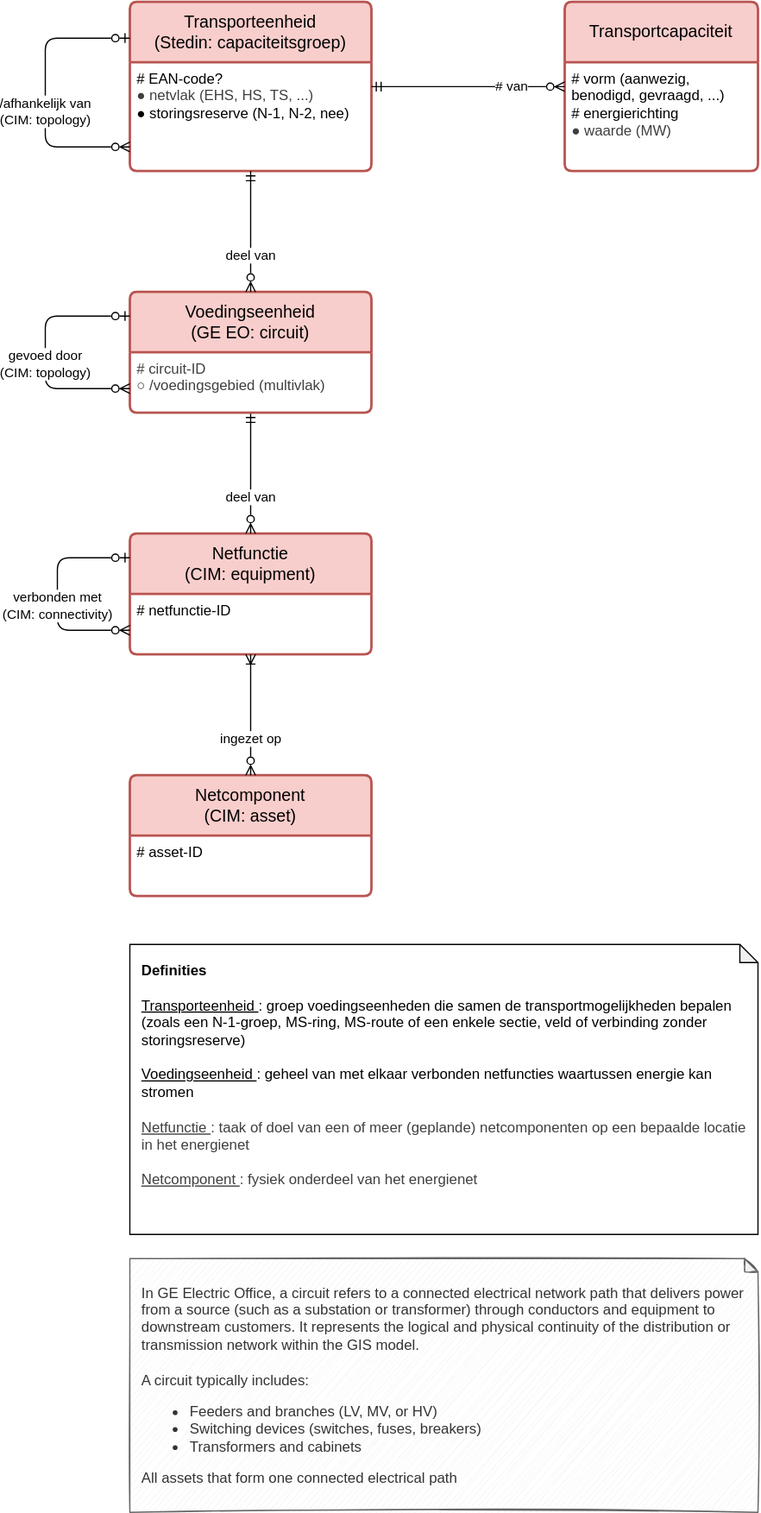
The draw.io diagram registers/capaciteitsknelpuntenregister/1.0/capaciteitsknelpuntenregister.drawio.svg in Netbeheer-Nederland/stelsel, before a commit. Source tidied: cells renumbered, new cells last; positions are measured from the earlier drawing's top-left corner, leaving out a move shared by most shapes.
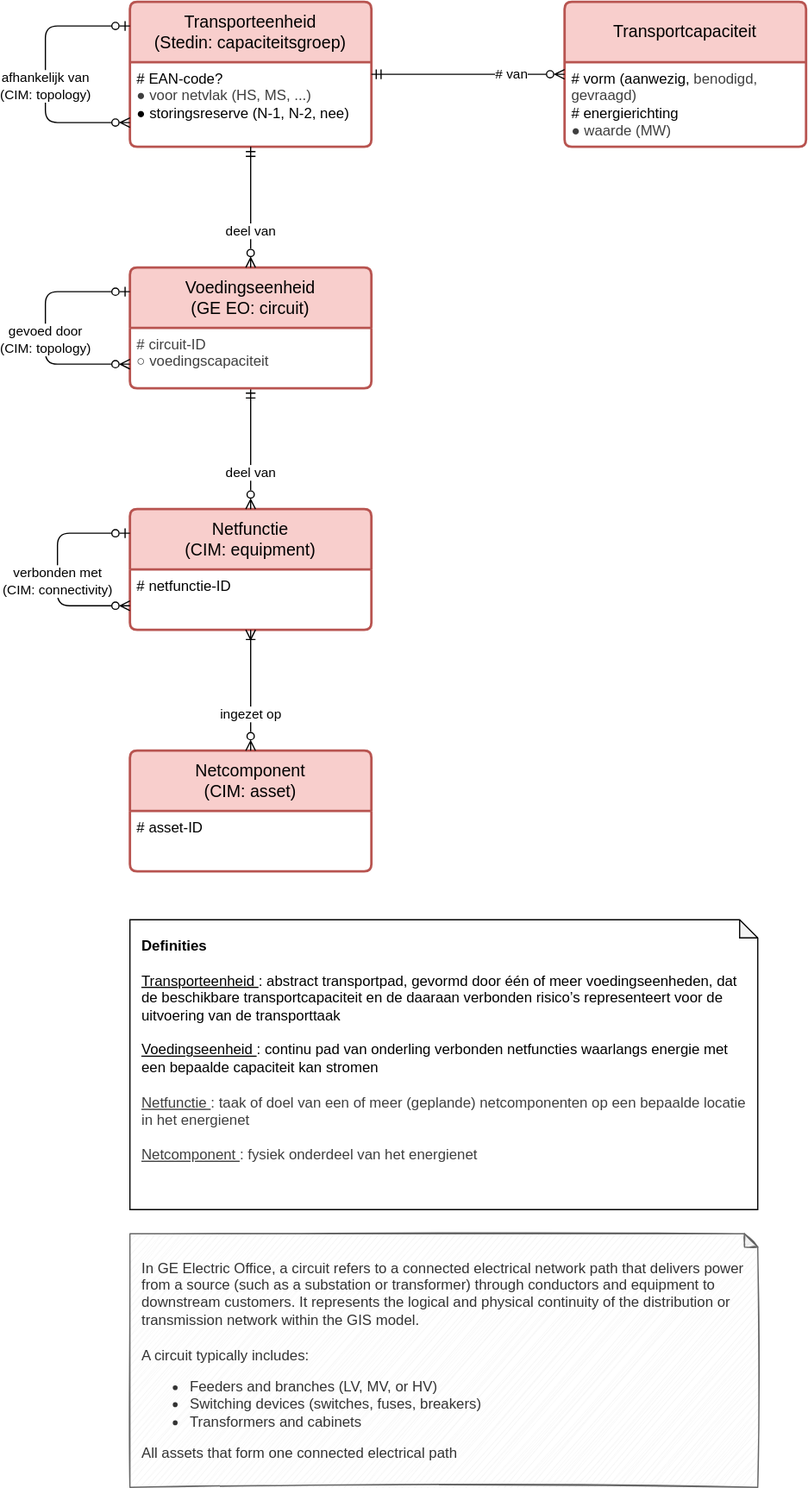
After the commit.

Commit message:
relatieve paden in config

The edit, as a diff of the source:
```diff
@@ -3,16 +3,16 @@
     <mxCell id="0" />
     <mxCell id="1" parent="0" />
     <mxCell id="2" value="Transporteenheid&lt;div&gt;(Stedin: capaciteitsgroep)&lt;/div&gt;" style="swimlane;horizontal=1;startSize=50;rounded=1;fontSize=14;fontStyle=0;strokeWidth=2;shadow=0;dashed=0;align=center;arcSize=4;whiteSpace=wrap;html=1;spacing=10;fillColor=#f8cecc;strokeColor=#b85450;" parent="1" vertex="1">
-      <mxGeometry x="70" width="200" height="140" as="geometry" />
+      <mxGeometry x="70" y="20" width="200" height="120" as="geometry" />
     </mxCell>
-    <mxCell id="3" value="&lt;div&gt;# EAN-code?&lt;/div&gt;&lt;div&gt;&lt;span style=&quot;color: rgb(63, 63, 63);&quot;&gt;● netvlak (EHS, HS, TS, ...)&lt;/span&gt;&lt;/div&gt;&lt;div&gt;&lt;span style=&quot;background-color: transparent;&quot;&gt;● storingsreserve (N-1, N-2, nee)&lt;/span&gt;&lt;/div&gt;" style="align=left;strokeColor=none;fillColor=none;spacingLeft=4;fontSize=12;verticalAlign=top;html=1;" parent="2" vertex="1">
-      <mxGeometry y="50" width="200" height="90" as="geometry" />
+    <mxCell id="3" value="&lt;div&gt;# EAN-code?&lt;/div&gt;&lt;div&gt;&lt;span style=&quot;color: rgb(63, 63, 63);&quot;&gt;● voor netvlak (HS, MS, ...)&lt;/span&gt;&lt;/div&gt;&lt;div&gt;&lt;span style=&quot;background-color: transparent;&quot;&gt;● storingsreserve (N-1, N-2, nee)&lt;/span&gt;&lt;/div&gt;" style="align=left;strokeColor=none;fillColor=none;spacingLeft=4;fontSize=12;verticalAlign=top;html=1;" parent="2" vertex="1">
+      <mxGeometry y="50" width="200" height="70" as="geometry" />
     </mxCell>
     <mxCell id="4" value="Transportcapaciteit" style="swimlane;horizontal=1;startSize=50;rounded=1;fontSize=14;fontStyle=0;strokeWidth=2;shadow=0;dashed=0;align=center;arcSize=4;whiteSpace=wrap;html=1;spacing=10;fillColor=#f8cecc;strokeColor=#b85450;" parent="1" vertex="1">
-      <mxGeometry x="430" width="160" height="140" as="geometry" />
+      <mxGeometry x="430" y="20" width="200" height="120" as="geometry" />
     </mxCell>
-    <mxCell id="5" value="&lt;div&gt;# vorm (aanwezig,&lt;/div&gt;&lt;div&gt;&amp;nbsp; &amp;nbsp;benodigd, gevraagd, ...)&lt;/div&gt;&lt;div&gt;# energierichting&lt;/div&gt;&lt;div&gt;&lt;span style=&quot;background-color: transparent; scrollbar-color: rgb(226, 226, 226) rgb(251, 251, 251); color: rgb(63, 63, 63);&quot;&gt;●&lt;/span&gt;&lt;span style=&quot;background-color: transparent; scrollbar-color: rgb(226, 226, 226) rgb(251, 251, 251); color: rgb(63, 63, 63);&quot;&gt;&amp;nbsp;waarde (MW)&lt;/span&gt;&lt;/div&gt;" style="align=left;strokeColor=none;fillColor=none;spacingLeft=4;fontSize=12;verticalAlign=top;html=1;" parent="4" vertex="1">
-      <mxGeometry y="50" width="160" height="90" as="geometry" />
+    <mxCell id="5" value="&lt;div&gt;# vorm (aanwezig,&amp;nbsp;&lt;span style=&quot;color: rgb(63, 63, 63); background-color: transparent;&quot;&gt;benodigd,&lt;/span&gt;&lt;/div&gt;&lt;div&gt;&lt;span style=&quot;color: rgb(63, 63, 63); background-color: transparent;&quot;&gt;&amp;nbsp; &amp;nbsp;gevraagd)&lt;/span&gt;&lt;/div&gt;&lt;div&gt;# energierichting&lt;/div&gt;&lt;div&gt;&lt;span style=&quot;background-color: transparent; scrollbar-color: rgb(226, 226, 226) rgb(251, 251, 251); color: rgb(63, 63, 63);&quot;&gt;●&lt;/span&gt;&lt;span style=&quot;background-color: transparent; scrollbar-color: rgb(226, 226, 226) rgb(251, 251, 251); color: rgb(63, 63, 63);&quot;&gt;&amp;nbsp;waarde (MW)&lt;/span&gt;&lt;/div&gt;" style="align=left;strokeColor=none;fillColor=none;spacingLeft=4;fontSize=12;verticalAlign=top;html=1;" parent="4" vertex="1">
+      <mxGeometry y="50" width="200" height="70" as="geometry" />
     </mxCell>
     <mxCell id="6" value="# van" style="endArrow=ERmandOne;html=1;edgeStyle=elbowEdgeStyle;endFill=0;startArrow=ERzeroToMany;startFill=0;align=right;elbow=vertical;" parent="1" edge="1" source="4" target="2">
       <mxGeometry x="-0.62" relative="1" as="geometry">
@@ -37,7 +37,7 @@
     <mxCell id="12" value="Voedingseenheid&lt;div&gt;(GE EO: circuit)&lt;/div&gt;" style="swimlane;horizontal=1;startSize=50;rounded=1;fontSize=14;fontStyle=0;strokeWidth=2;shadow=0;dashed=0;align=center;arcSize=4;whiteSpace=wrap;html=1;spacing=10;fillColor=#f8cecc;strokeColor=#b85450;" parent="1" vertex="1">
       <mxGeometry x="70" y="240" width="200" height="100" as="geometry" />
     </mxCell>
-    <mxCell id="13" value="&lt;div&gt;&lt;span style=&quot;scrollbar-color: rgb(226, 226, 226) rgb(251, 251, 251); color: rgb(63, 63, 63);&quot;&gt;# circuit-ID&lt;/span&gt;&lt;/div&gt;&lt;span style=&quot;scrollbar-color: rgb(226, 226, 226) rgb(251, 251, 251); color: rgb(63, 63, 63);&quot;&gt;○ /voedingsgebied&amp;nbsp;&lt;/span&gt;&lt;span style=&quot;color: rgb(63, 63, 63); scrollbar-color: rgb(226, 226, 226) rgb(251, 251, 251); background-color: transparent;&quot;&gt;(multivlak)&lt;/span&gt;" style="align=left;strokeColor=none;fillColor=none;spacingLeft=4;fontSize=12;verticalAlign=top;html=1;" parent="12" vertex="1">
+    <mxCell id="13" value="&lt;div&gt;&lt;span style=&quot;scrollbar-color: rgb(226, 226, 226) rgb(251, 251, 251); color: rgb(63, 63, 63);&quot;&gt;# circuit-ID&lt;/span&gt;&lt;/div&gt;&lt;span style=&quot;scrollbar-color: rgb(226, 226, 226) rgb(251, 251, 251); color: rgb(63, 63, 63);&quot;&gt;&lt;div&gt;&lt;span style=&quot;scrollbar-color: rgb(226, 226, 226) rgb(251, 251, 251); color: rgb(63, 63, 63);&quot;&gt;&lt;span style=&quot;color: rgb(63, 63, 63);&quot;&gt;○ voedingscapaciteit&lt;/span&gt;&lt;/span&gt;&lt;/div&gt;&lt;/span&gt;" style="align=left;strokeColor=none;fillColor=none;spacingLeft=4;fontSize=12;verticalAlign=top;html=1;" parent="12" vertex="1">
       <mxGeometry y="50" width="200" height="50" as="geometry" />
     </mxCell>
     <mxCell id="14" value="gevoed door&lt;div&gt;(CIM: topology)&lt;/div&gt;" style="endArrow=ERzeroToOne;html=1;edgeStyle=orthogonalEdgeStyle;endFill=0;startArrow=ERzeroToMany;startFill=0;" parent="12" edge="1" source="13" target="12">
@@ -51,11 +51,11 @@
     <mxCell id="15" value="deel van" style="endArrow=ERmandOne;html=1;edgeStyle=elbowEdgeStyle;endFill=0;startArrow=ERzeroToMany;startFill=0;align=center;elbow=vertical;" parent="1" edge="1" source="12" target="2">
       <mxGeometry x="-0.4" relative="1" as="geometry" />
     </mxCell>
-    <mxCell id="16" value="/afhankelijk van&lt;div&gt;(CIM: topology)&lt;/div&gt;" style="endArrow=ERzeroToOne;html=1;edgeStyle=orthogonalEdgeStyle;endFill=0;startArrow=ERzeroToMany;startFill=0;" parent="1" edge="1" source="2" target="2">
-      <mxGeometry x="-0.14" relative="1" as="geometry">
+    <mxCell id="16" value="afhankelijk van&lt;div&gt;(CIM: topology)&lt;/div&gt;" style="endArrow=ERzeroToOne;html=1;edgeStyle=orthogonalEdgeStyle;endFill=0;startArrow=ERzeroToMany;startFill=0;" parent="1" edge="1" source="2" target="2">
+      <mxGeometry x="-0.09" relative="1" as="geometry">
         <Array as="points">
           <mxPoint y="120" />
-          <mxPoint y="30" />
+          <mxPoint y="40" />
         </Array>
       </mxGeometry>
     </mxCell>
@@ -70,7 +70,7 @@
         </Array>
       </mxGeometry>
     </mxCell>
-    <mxCell id="19" value="&lt;font&gt;&lt;b&gt;Definities&lt;/b&gt;&lt;/font&gt;&lt;div&gt;&lt;font&gt;&lt;br&gt;&lt;/font&gt;&lt;/div&gt;&lt;div&gt;&lt;font&gt;&lt;u&gt;Transporteenheid&lt;/u&gt;:&amp;nbsp;groep voedingseenheden die samen de transportmogelijkheden bepalen (zoals een N-1-groep, MS-ring, MS-route of een enkele sectie, veld of verbinding zonder storingsreserve)&lt;br&gt;&lt;/font&gt;&lt;div&gt;&lt;font&gt;&lt;br&gt;&lt;/font&gt;&lt;/div&gt;&lt;div&gt;&lt;font&gt;&lt;u&gt;Voedingseenheid&lt;/u&gt;: geheel van met elkaar verbonden netfuncties waartussen energie kan stromen&lt;/font&gt;&lt;/div&gt;&lt;div&gt;&lt;font&gt;&lt;br&gt;&lt;/font&gt;&lt;/div&gt;&lt;div&gt;&lt;span style=&quot;background-color: transparent; color: rgb(63, 63, 63);&quot;&gt;&lt;font&gt;&lt;u&gt;Netfunctie&lt;/u&gt;:&amp;nbsp;taak of doel van een of meer (geplande) netcomponenten op een bepaalde locatie in het energienet&lt;/font&gt;&lt;/span&gt;&lt;/div&gt;&lt;div&gt;&lt;span style=&quot;background-color: transparent; color: rgb(63, 63, 63);&quot;&gt;&lt;font&gt;&lt;br&gt;&lt;/font&gt;&lt;/span&gt;&lt;/div&gt;&lt;div&gt;&lt;div style=&quot;scrollbar-color: rgb(226, 226, 226) rgb(251, 251, 251); color: rgb(63, 63, 63);&quot;&gt;&lt;font&gt;&lt;u&gt;Netcomponent&lt;/u&gt;: fysiek onderdeel van het energienet&lt;/font&gt;&lt;/div&gt;&lt;/div&gt;&lt;/div&gt;" style="shape=note;whiteSpace=wrap;html=1;backgroundOutline=1;darkOpacity=0.05;size=15;align=left;spacing=10;verticalAlign=top;" parent="1" vertex="1">
+    <mxCell id="19" value="&lt;font&gt;&lt;b&gt;Definities&lt;/b&gt;&lt;/font&gt;&lt;div&gt;&lt;font&gt;&lt;br&gt;&lt;/font&gt;&lt;/div&gt;&lt;div&gt;&lt;font&gt;&lt;u&gt;Transporteenheid&lt;/u&gt;:&amp;nbsp;abstract transportpad, gevormd door één of meer voedingseenheden, dat de beschikbare transportcapaciteit en de daaraan verbonden risico’s representeert voor de uitvoering van de transporttaak&lt;br&gt;&lt;/font&gt;&lt;div&gt;&lt;font&gt;&lt;br&gt;&lt;/font&gt;&lt;/div&gt;&lt;div&gt;&lt;font&gt;&lt;u&gt;Voedingseenheid&lt;/u&gt;: continu pad van onderling verbonden netfuncties waarlangs energie met een bepaalde capaciteit kan stromen&lt;/font&gt;&lt;/div&gt;&lt;div&gt;&lt;font&gt;&lt;br&gt;&lt;/font&gt;&lt;/div&gt;&lt;div&gt;&lt;span style=&quot;background-color: transparent; color: rgb(63, 63, 63);&quot;&gt;&lt;font&gt;&lt;u&gt;Netfunctie&lt;/u&gt;:&amp;nbsp;taak of doel van een of meer (geplande) netcomponenten op een bepaalde locatie in het energienet&lt;/font&gt;&lt;/span&gt;&lt;/div&gt;&lt;div&gt;&lt;span style=&quot;background-color: transparent; color: rgb(63, 63, 63);&quot;&gt;&lt;font&gt;&lt;br&gt;&lt;/font&gt;&lt;/span&gt;&lt;/div&gt;&lt;div&gt;&lt;div style=&quot;scrollbar-color: rgb(226, 226, 226) rgb(251, 251, 251); color: rgb(63, 63, 63);&quot;&gt;&lt;font&gt;&lt;u&gt;Netcomponent&lt;/u&gt;: fysiek onderdeel van het energienet&lt;/font&gt;&lt;/div&gt;&lt;/div&gt;&lt;/div&gt;" style="shape=note;whiteSpace=wrap;html=1;backgroundOutline=1;darkOpacity=0.05;size=15;align=left;spacing=10;verticalAlign=top;" parent="1" vertex="1">
       <mxGeometry x="70" y="780" width="520" height="240" as="geometry" />
     </mxCell>
     <mxCell id="20" value="&lt;font&gt;In&amp;nbsp;GE Electric Office, a&amp;nbsp;circuit&amp;nbsp;refers to a&amp;nbsp;connected electrical network path&amp;nbsp;that delivers power from a source (such as a substation or transformer) through conductors and equipment to downstream customers. It represents the&amp;nbsp;logical and physical continuity&amp;nbsp;of the distribution or transmission network within the GIS model.&lt;/font&gt;&lt;div&gt;&lt;font&gt;&lt;br&gt;&lt;/font&gt;&lt;/div&gt;&lt;div&gt;&lt;font&gt;A circuit typically includes:&lt;br&gt;&lt;/font&gt;&lt;ul&gt;&lt;li&gt;&lt;font&gt;Feeders and branches&amp;nbsp;(LV, MV, or HV)&lt;/font&gt;&lt;/li&gt;&lt;li&gt;&lt;font&gt;Switching devices&amp;nbsp;(switches, fuses, breakers)&lt;/font&gt;&lt;/li&gt;&lt;li&gt;&lt;font&gt;Transformers and cabinets&lt;/font&gt;&lt;/li&gt;&lt;/ul&gt;&lt;div&gt;&lt;font&gt;All assets that form one connected electrical path&lt;/font&gt;&lt;/div&gt;&lt;/div&gt;" style="shape=note;backgroundOutline=1;darkOpacity=0.05;align=left;html=1;whiteSpace=wrap;size=11;spacing=10;sketch=1;curveFitting=1;jiggle=2;fillColor=#f5f5f5;fontColor=#333333;strokeColor=#666666;" parent="1" vertex="1">
```
